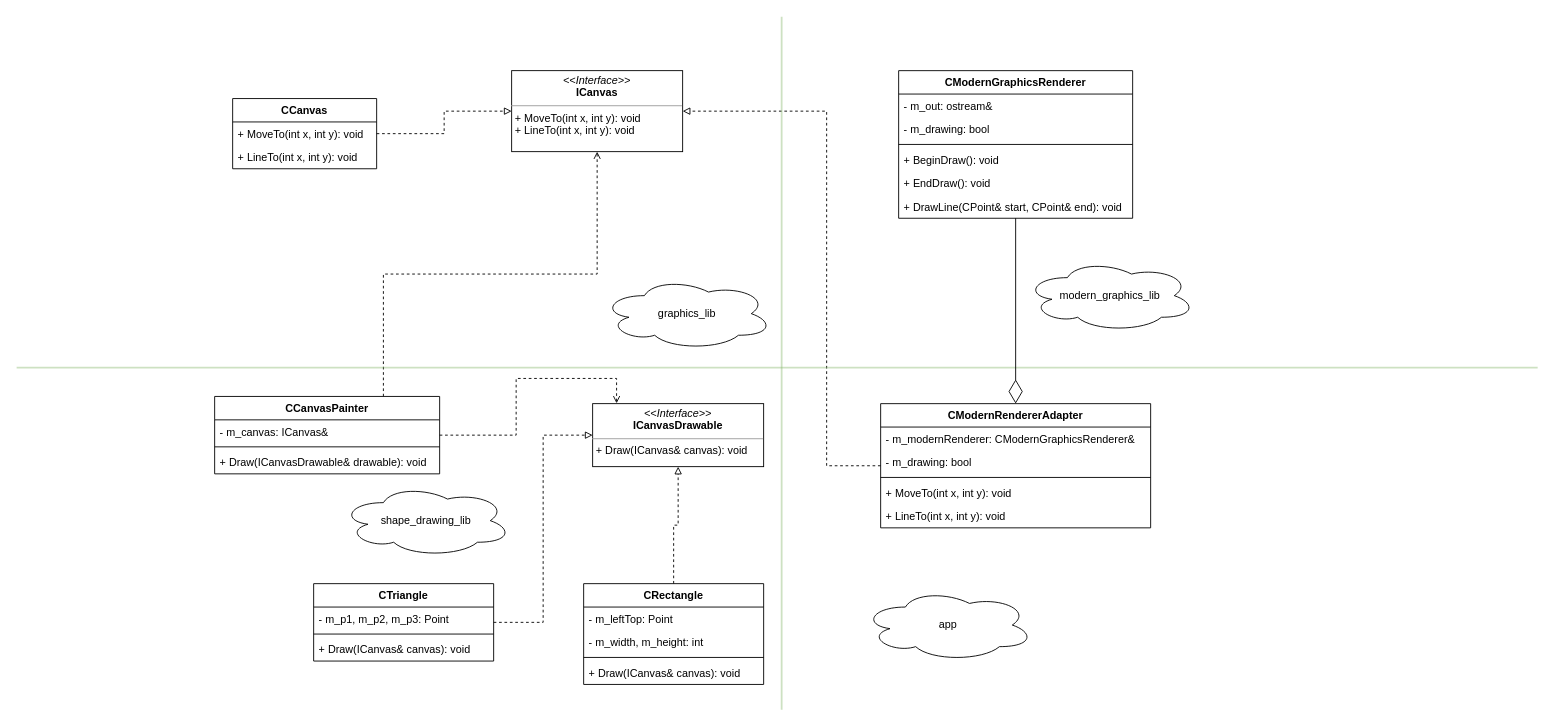
The draw.io diagram lab6/uml1.drawio in AndreyIo0I/ood, before the edit. Source tidied: cells renumbered, new cells numbered last; positions are measured from the earlier drawing's top-left corner, leaving out a move shared by most shapes. Both pictures are drawn from the tidied source at 90%, with x=0, y=0 at pixel (16, 16).
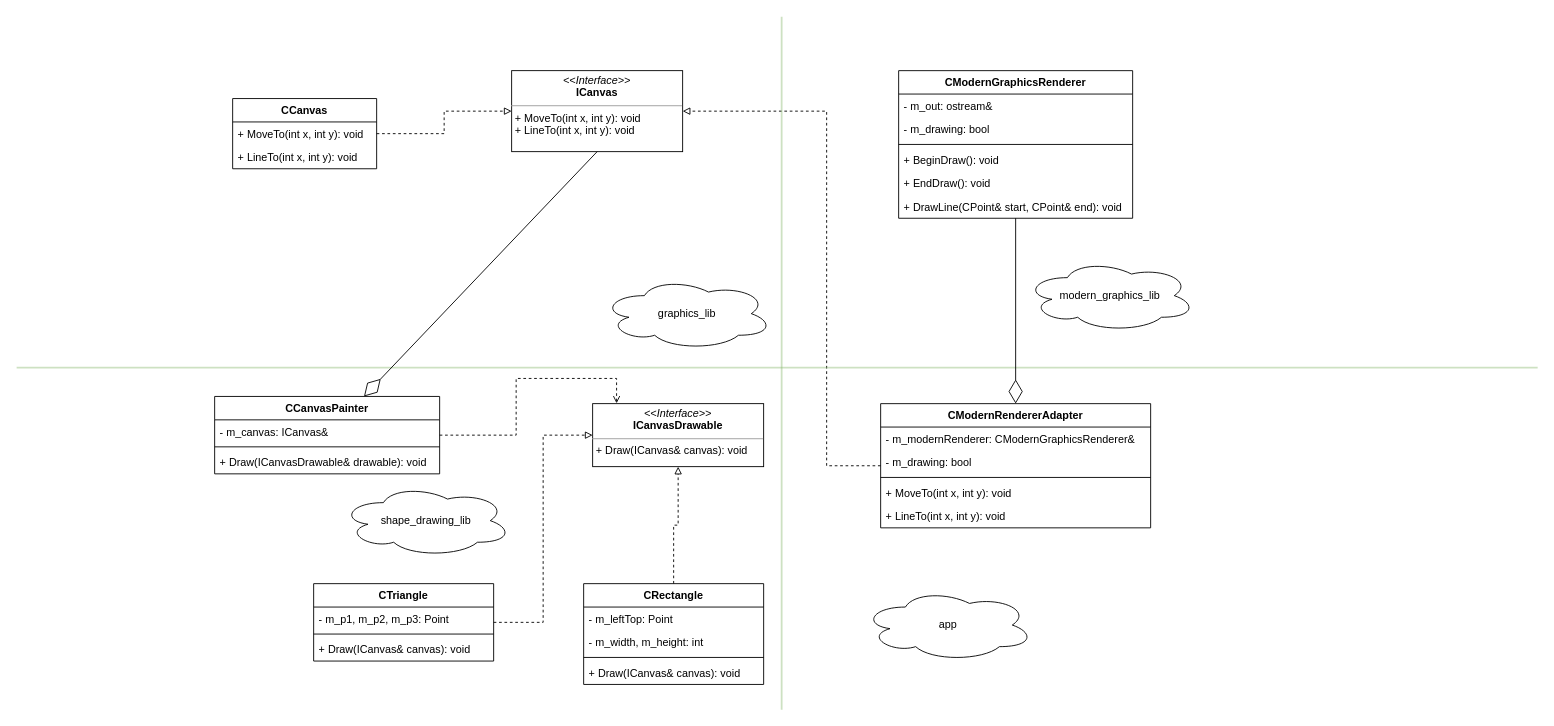
The same diagram, later.

Commit message (it also covers changes not shown here):
поправил тесты и диаграмму в 6 лабе

Unchanged cells that the change refers to:
```xml
<mxCell id="2" value="&lt;p style=&quot;margin: 0px ; margin-top: 4px ; text-align: center&quot;&gt;&lt;i&gt;&amp;lt;&amp;lt;Interface&amp;gt;&amp;gt;&lt;/i&gt;&lt;br&gt;&lt;b&gt;ICanvas&lt;/b&gt;&lt;br&gt;&lt;/p&gt;&lt;hr size=&quot;1&quot;&gt;&lt;p style=&quot;margin: 0px ; margin-left: 4px&quot;&gt;+ MoveTo(int x, int y): void&lt;/p&gt;&lt;p style=&quot;margin: 0px ; margin-left: 4px&quot;&gt;+ LineTo(int x, int y): void&lt;br&gt;&lt;/p&gt;" style="verticalAlign=top;align=left;overflow=fill;fontSize=12;fontFamily=Helvetica;html=1;rounded=0;shadow=0;comic=0;labelBackgroundColor=none;strokeWidth=1;" parent="1" vertex="1">
  <mxGeometry x="550" y="60" width="190" height="90" as="geometry" />
</mxCell>
<mxCell id="21" value="CCanvasPainter" style="swimlane;fontStyle=1;align=center;verticalAlign=top;horizontal=1;startSize=26;" parent="1" vertex="1">
  <mxGeometry x="220" y="422" width="250" height="86" as="geometry" />
</mxCell>
```

The edit, as a diff of the source:
```diff
@@
-    <mxCell id="19" style="edgeStyle=orthogonalEdgeStyle;rounded=0;jettySize=auto;html=1;dashed=1;endArrow=open;endFill=0;exitX=0.75;exitY=0;exitDx=0;exitDy=0;" parent="1" edge="1" source="21" target="2">
-      <mxGeometry relative="1" as="geometry" />
-    </mxCell>
@@
+    <mxCell id="46" style="endArrow=diamondThin;endFill=0;endSize=24;html=1;rounded=0;strokeWidth=1;exitX=0.5;exitY=1;exitDx=0;exitDy=0;" parent="1" edge="1" source="2" target="21">
+      <mxGeometry relative="1" as="geometry" />
+    </mxCell>
```
